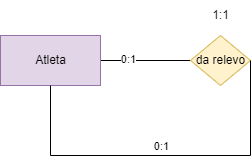
This is tareas/unidad-2/tarea-1/imágenes/ejercicio5.drawio.png from ManuelsDAM/base-datos, a draw.io export, as it was before one commit. Source tidied: cells renumbered, new cells last; positions are measured from the earlier drawing's top-left corner, leaving out a move shared by most shapes. Source of this version:
```xml
<mxGraphModel>
  <root>
    <mxCell id="0" />
    <mxCell id="1" parent="0" />
    <mxCell id="2" style="edgeStyle=none;html=1;exitX=1;exitY=0.5;exitDx=0;exitDy=0;entryX=0;entryY=0.5;entryDx=0;entryDy=0;endArrow=none;endFill=0;" parent="1" edge="1" source="4" target="6">
      <mxGeometry relative="1" as="geometry" />
    </mxCell>
    <mxCell id="3" value="0:1" style="edgeLabel;html=1;align=center;verticalAlign=middle;" parent="2" vertex="1">
      <mxGeometry x="-0.4" y="2" relative="1" as="geometry" />
    </mxCell>
    <mxCell id="4" value="Atleta" style="html=1;dashed=0;whitespace=wrap;fillColor=#e1d5e7;strokeColor=#9673a6;" parent="1" vertex="1">
      <mxGeometry y="35" width="100" height="50" as="geometry" />
    </mxCell>
    <mxCell id="5" style="group;" parent="1" vertex="1">
      <mxGeometry x="190" width="60" height="85" as="geometry" />
    </mxCell>
    <mxCell id="6" value="da relevo" style="shape=rhombus;html=1;dashed=0;whitespace=wrap;perimeter=rhombusPerimeter;fillColor=#fff2cc;strokeColor=#d6b656;" parent="5" vertex="1">
      <mxGeometry y="35" width="60" height="50" as="geometry" />
    </mxCell>
    <mxCell id="7" value="1:1" style="text;html=1;align=center;verticalAlign=middle;strokeColor=none;fillColor=none;" parent="5" vertex="1">
      <mxGeometry x="10" width="40" height="30" as="geometry" />
    </mxCell>
    <mxCell id="8" style="edgeStyle=none;html=1;exitX=1;exitY=0.5;exitDx=0;exitDy=0;entryX=0.5;entryY=1;entryDx=0;entryDy=0;rounded=0;endArrow=none;endFill=0;" parent="1" edge="1" source="6" target="4">
      <mxGeometry relative="1" as="geometry">
        <Array as="points">
          <mxPoint x="250" y="155" />
          <mxPoint x="50" y="155" />
        </Array>
      </mxGeometry>
    </mxCell>
    <mxCell id="9" value="0:1&lt;br&gt;" style="edgeLabel;html=1;align=center;verticalAlign=middle;" parent="8" vertex="1">
      <mxGeometry y="1" relative="1" as="geometry">
        <mxPoint x="-3" y="-11" as="offset" />
      </mxGeometry>
    </mxCell>
  </root>
</mxGraphModel>
```
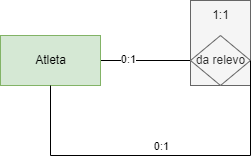
The same diagram one commit later.

Change to the diagram source:
```diff
@@ -8,13 +8,13 @@
     <mxCell id="3" value="0:1" style="edgeLabel;html=1;align=center;verticalAlign=middle;" parent="2" vertex="1">
       <mxGeometry x="-0.4" y="2" relative="1" as="geometry" />
     </mxCell>
-    <mxCell id="4" value="Atleta" style="html=1;dashed=0;whitespace=wrap;fillColor=#e1d5e7;strokeColor=#9673a6;" parent="1" vertex="1">
+    <mxCell id="4" value="Atleta" style="html=1;dashed=0;whitespace=wrap;fillColor=#d5e8d4;strokeColor=#82b366;" parent="1" vertex="1">
       <mxGeometry y="35" width="100" height="50" as="geometry" />
     </mxCell>
-    <mxCell id="5" style="group;" parent="1" vertex="1">
+    <mxCell id="5" style="group;fillColor=#f5f5f5;fontColor=#333333;strokeColor=#666666;" parent="1" vertex="1">
       <mxGeometry x="190" width="60" height="85" as="geometry" />
     </mxCell>
-    <mxCell id="6" value="da relevo" style="shape=rhombus;html=1;dashed=0;whitespace=wrap;perimeter=rhombusPerimeter;fillColor=#fff2cc;strokeColor=#d6b656;" parent="5" vertex="1">
+    <mxCell id="6" value="da relevo" style="shape=rhombus;html=1;dashed=0;whitespace=wrap;perimeter=rhombusPerimeter;fillColor=#f5f5f5;strokeColor=#666666;fontColor=#333333;" parent="5" vertex="1">
       <mxGeometry y="35" width="60" height="50" as="geometry" />
     </mxCell>
     <mxCell id="7" value="1:1" style="text;html=1;align=center;verticalAlign=middle;strokeColor=none;fillColor=none;" parent="5" vertex="1">
```
